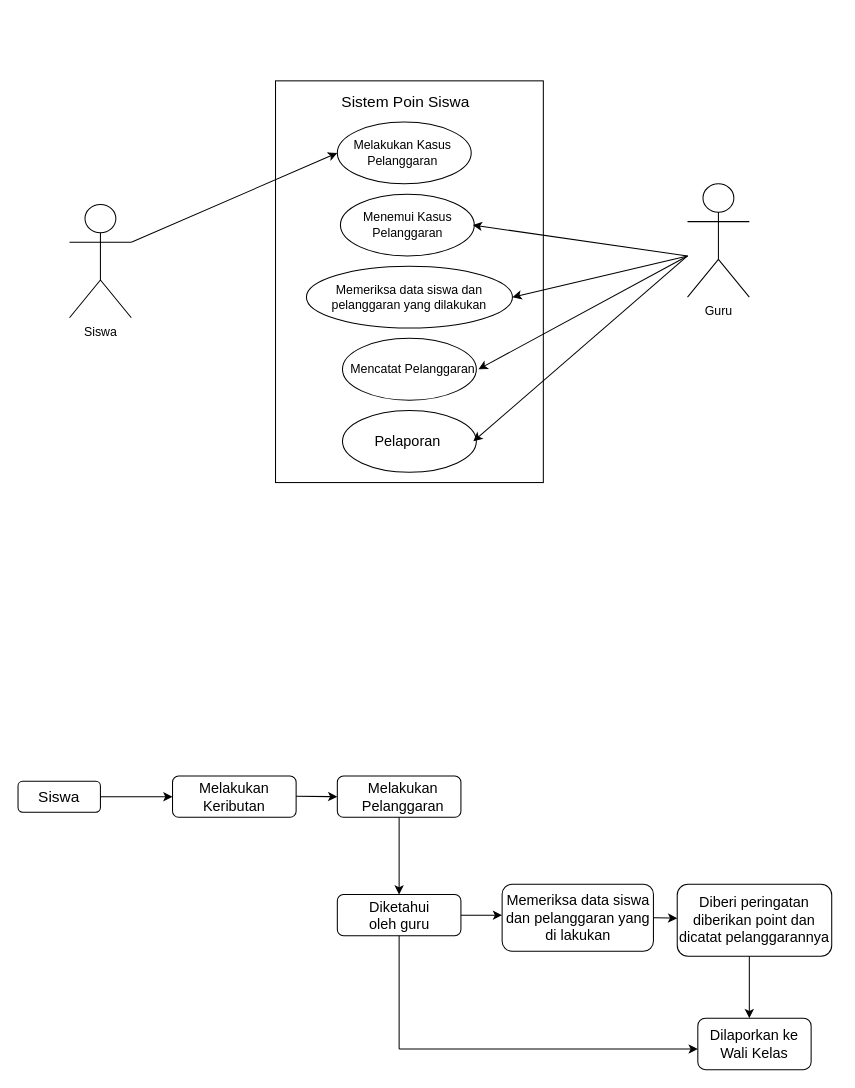
Above: poinsiswa.drawio in Irgicahya/bosss (draw.io), before the change. Source tidied: cells renumbered, new cells numbered last; positions are measured from the earlier drawing's top-left corner, leaving out a move shared by most shapes. Both pictures are drawn from the tidied source at 103%, with x=0, y=0 at pixel (18, 80).
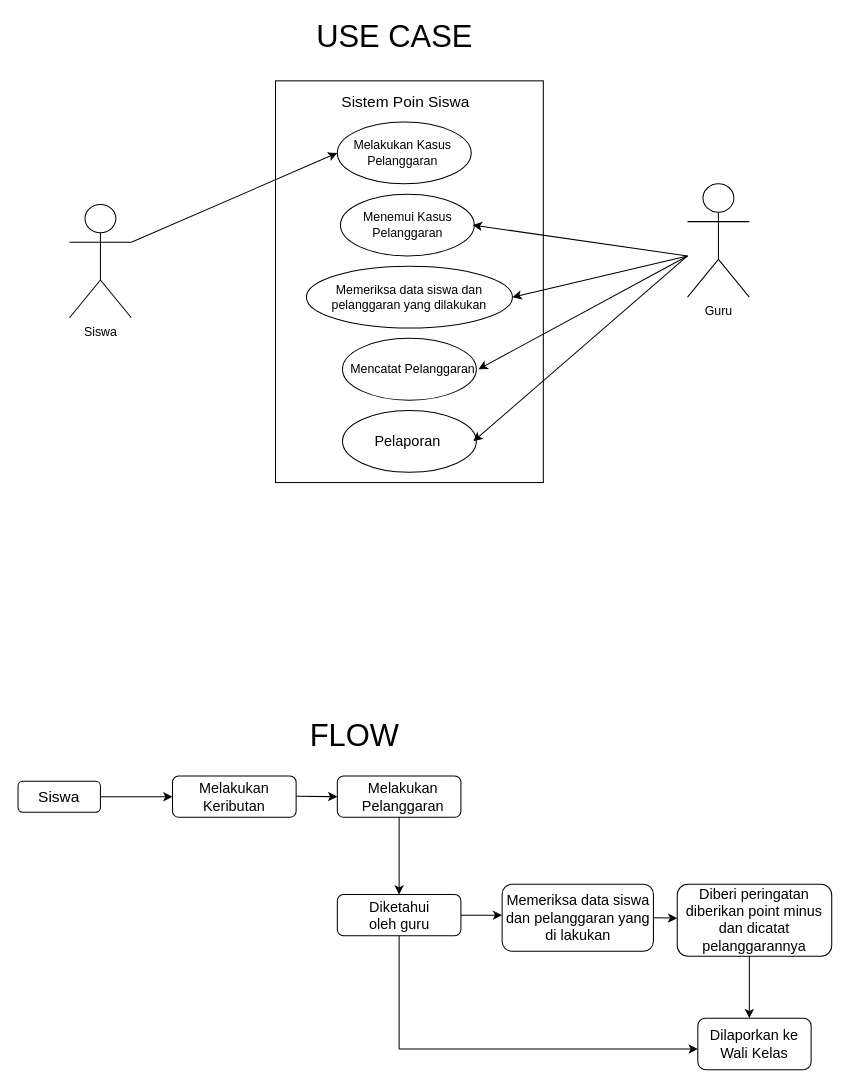
Above is the later version.

Diff of the diagram source:
```diff
@@
-    <mxCell id="37" value="&lt;span style=&quot;font-size: 14px;&quot;&gt;Diberi peringatan&lt;br&gt;diberikan point dan dicatat pelanggarannya&lt;br&gt;&lt;br&gt;&lt;/span&gt;" style="text;html=1;strokeColor=none;fillColor=none;align=center;verticalAlign=middle;whiteSpace=wrap;rounded=0;" parent="1" vertex="1">
+    <mxCell id="37" value="&lt;span style=&quot;font-size: 14px;&quot;&gt;Diberi peringatan&lt;br&gt;diberikan point minus dan dicatat pelanggarannya&lt;br&gt;&lt;br&gt;&lt;/span&gt;" style="text;html=1;strokeColor=none;fillColor=none;align=center;verticalAlign=middle;whiteSpace=wrap;rounded=0;" parent="1" vertex="1">
       <mxGeometry x="635" y="800" width="160" height="45" as="geometry" />
     </mxCell>
@@
+    <mxCell id="43" value="&lt;font style=&quot;font-size: 30px;&quot;&gt;FLOW&lt;/font&gt;" style="text;html=1;strokeColor=none;fillColor=none;align=center;verticalAlign=middle;whiteSpace=wrap;rounded=0;" parent="1" vertex="1">
+      <mxGeometry x="207" y="620" width="240" height="30" as="geometry" />
+    </mxCell>
+    <mxCell id="44" value="&lt;font style=&quot;font-size: 30px;&quot;&gt;USE CASE&amp;nbsp;&lt;br&gt;&lt;br&gt;&lt;/font&gt;" style="text;html=1;strokeColor=none;fillColor=none;align=center;verticalAlign=middle;whiteSpace=wrap;rounded=0;" parent="1" vertex="1">
+      <mxGeometry x="250" y="-40" width="240" height="30" as="geometry" />
+    </mxCell>
```
